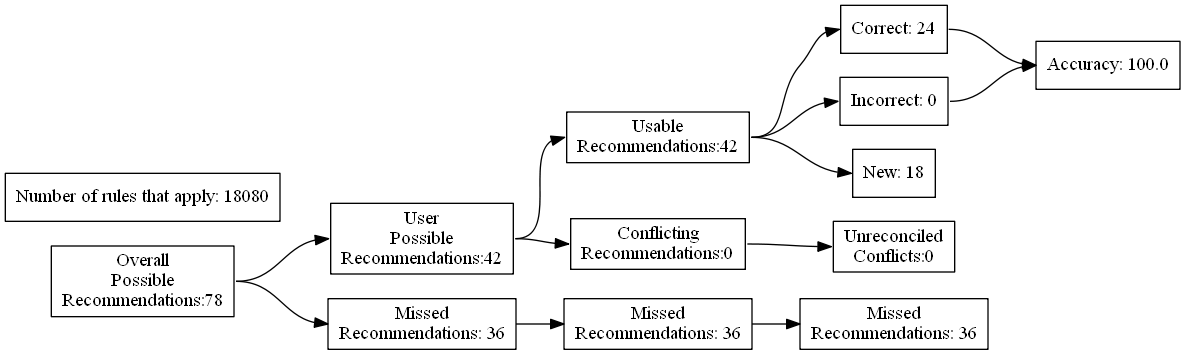
The Graphviz diagram test_renders/79.gv.png in ZaxR/ibd_diet_analysis, before a commit. Its source is kept beside it as test_renders/79.gv.
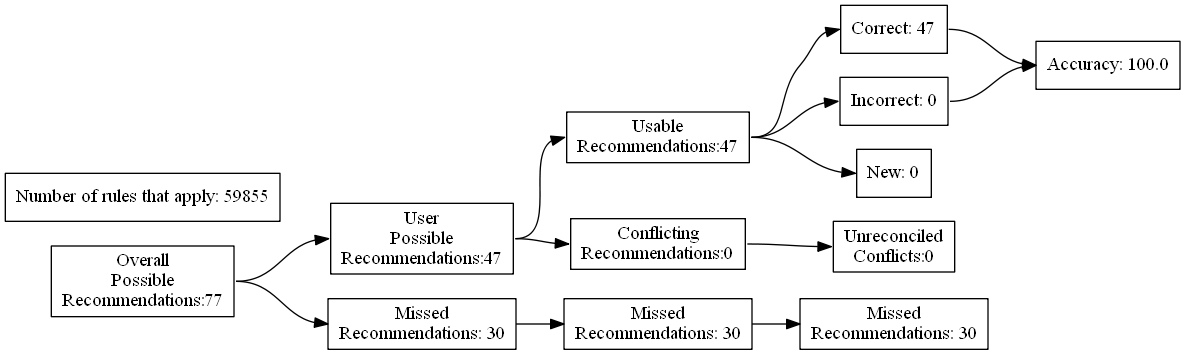
Later version of the same file.

The edit, as a diff of the source:
```diff
@@ -4,27 +4,27 @@
 	edge [headport=w tailport=e]
 		A [label="Overall
 Possible
-Recommendations:78"]
+Recommendations:77"]
 		B [label="User
 Possible
-Recommendations:42"]
+Recommendations:47"]
 		C [label="Missed
-Recommendations: 36"]
+Recommendations: 30"]
 		D [label="Usable
-Recommendations:42"]
+Recommendations:47"]
 		E [label="Conflicting
 Recommendations:0"]
 		J [label="Missed
-Recommendations: 36"]
+Recommendations: 30"]
 		M [label="Unreconciled
 Conflicts:0"]
-		F [label="Correct: 24"]
+		F [label="Correct: 47"]
 		G [label="Incorrect: 0"]
-		H [label="New: 18"]
+		H [label="New: 0"]
 		K [label="Missed
-Recommendations: 36"]
+Recommendations: 30"]
 		I [label="Accuracy: 100.0"]
-		l [label="Number of rules that apply: 18080"]
+		l [label="Number of rules that apply: 59855"]
 			A -> B
 			A -> C
 			B -> D
```
